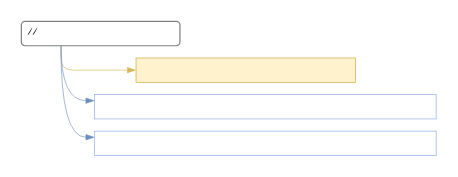
The draw.io diagram page "Trang-4" (4 of 4) of vocabulary.drawio in ptt743/draw, before the edit. Source tidied: cells renumbered, new cells numbered last; positions are measured from the earlier drawing's top-left corner, leaving out a move shared by most shapes. Both pictures are drawn from the tidied source at 122%, with x=0, y=0 at pixel (21, 21).
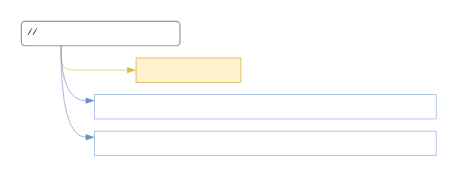
The same diagram, later.

Diff of the diagram source:
```diff
@@
 <mxGraphModel>
   <root>
     <mxCell id="0" />
     <mxCell id="1" parent="0" />
-    <mxCell id="2" value="&amp;nbsp;//" style="rounded=1;whiteSpace=wrap;html=1;strokeColor=#808080;fontFamily=Comic Sans MS;strokeWidth=1;fontSize=9;align=left;" parent="1" vertex="1">
+    <mxCell id="2" value="&amp;nbsp;//" style="rounded=1;whiteSpace=wrap;html=1;strokeColor=#999999;fontFamily=Comic Sans MS;strokeWidth=1;fontSize=9;align=left;" parent="1" vertex="1">
       <mxGeometry width="130" height="20" as="geometry" />
     </mxCell>
     <mxCell id="3" style="rounded=0;whiteSpace=wrap;html=1;fillColor=#fff2cc;strokeColor=#d6b656;strokeWidth=0.65;fontFamily=Comic Sans MS;align=left;verticalAlign=top;fontSize=9;" parent="1" vertex="1">
-      <mxGeometry x="94" y="30" width="180" height="20" as="geometry" />
+      <mxGeometry x="94" y="30" width="86" height="20" as="geometry" />
     </mxCell>
     <mxCell id="4" style="endArrow=blockThin;html=1;rounded=1;strokeColor=#d6b656;endFill=1;strokeWidth=0.5;exitX=0.25;exitY=1;exitDx=0;exitDy=0;entryX=0;entryY=0.5;entryDx=0;entryDy=0;fontSize=9;curved=0;fillColor=#fff2cc;" parent="1" edge="1" source="2" target="3">
       <mxGeometry relative="1" as="geometry">
         <Array as="points">
           <mxPoint x="32.5" y="40" />
         </Array>
       </mxGeometry>
     </mxCell>
     <mxCell id="5" style="rounded=0;whiteSpace=wrap;html=1;fontFamily=Comic Sans MS;strokeWidth=0.5;strokeColor=#7EA6E0;align=left;verticalAlign=top;fontSize=9;" parent="1" vertex="1">
       <mxGeometry x="60" y="60" width="280" height="20" as="geometry" />
     </mxCell>
     <mxCell id="6" style="endArrow=blockThin;html=1;rounded=0;strokeColor=#6c8ebf;endFill=1;strokeWidth=0.5;exitX=0.25;exitY=1;exitDx=0;exitDy=0;entryX=0;entryY=0.25;entryDx=0;entryDy=0;fontSize=9;curved=1;fillColor=#dae8fc;" parent="1" edge="1" source="2" target="5">
       <mxGeometry relative="1" as="geometry">
         <Array as="points">
           <mxPoint x="32.5" y="65" />
         </Array>
       </mxGeometry>
     </mxCell>
     <mxCell id="7" style="rounded=0;whiteSpace=wrap;html=1;fontFamily=Comic Sans MS;strokeWidth=0.5;strokeColor=#7EA6E0;align=left;verticalAlign=top;fontSize=9;" parent="1" vertex="1">
       <mxGeometry x="60" y="90" width="280" height="20" as="geometry" />
     </mxCell>
     <mxCell id="8" style="endArrow=blockThin;html=1;rounded=0;strokeColor=#6c8ebf;endFill=1;strokeWidth=0.5;exitX=0.25;exitY=1;exitDx=0;exitDy=0;entryX=0;entryY=0.25;entryDx=0;entryDy=0;fontSize=9;curved=1;fillColor=#dae8fc;" parent="1" edge="1" source="2" target="7">
       <mxGeometry relative="1" as="geometry">
         <Array as="points">
           <mxPoint x="32.2" y="95" />
         </Array>
       </mxGeometry>
     </mxCell>
   </root>
 </mxGraphModel>
```
